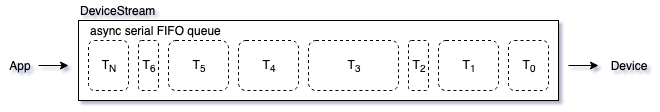
Above: Docs/DeviceStreamQueue.png in astrotuna201/ntf (draw.io), before the change. Source tidied: cells renumbered, new cells last; positions are measured from the earlier drawing's top-left corner, leaving out a move shared by most shapes. Its diagram source:
```xml
<mxGraphModel>
  <root>
    <mxCell id="0" />
    <mxCell id="1" parent="0" />
    <mxCell id="2" style="group;" parent="1" vertex="1">
      <mxGeometry width="648" height="100" as="geometry" />
    </mxCell>
    <mxCell id="3" style="group;" parent="2" vertex="1">
      <mxGeometry width="648" height="100" as="geometry" />
    </mxCell>
    <mxCell id="4" style="group;" parent="3" vertex="1">
      <mxGeometry width="648" height="100" as="geometry" />
    </mxCell>
    <mxCell id="5" value="DeviceStream" style="text;html=1;strokeColor=none;fillColor=none;align=left;verticalAlign=middle;whiteSpace=wrap;rounded=0;" parent="4" vertex="1">
      <mxGeometry x="78" width="80" height="20" as="geometry" />
    </mxCell>
    <mxCell id="6" style="group;" parent="4" vertex="1">
      <mxGeometry x="78" y="20" width="480" height="80" as="geometry" />
    </mxCell>
    <mxCell id="7" style="rounded=0;whiteSpace=wrap;html=1;" parent="6" vertex="1">
      <mxGeometry width="480" height="80" as="geometry" />
    </mxCell>
    <mxCell id="8" value="async serial FIFO queue" style="text;html=1;strokeColor=none;fillColor=none;align=left;verticalAlign=middle;whiteSpace=wrap;rounded=0;" parent="6" vertex="1">
      <mxGeometry x="10" width="140" height="20" as="geometry" />
    </mxCell>
    <mxCell id="9" value="T&lt;sub&gt;0&lt;/sub&gt;" style="text;html=1;strokeColor=#000000;fillColor=none;align=center;verticalAlign=middle;whiteSpace=wrap;rounded=1;dashed=1;" parent="6" vertex="1">
      <mxGeometry x="430" y="20" width="40" height="50" as="geometry" />
    </mxCell>
    <mxCell id="10" value="T&lt;sub&gt;1&lt;/sub&gt;" style="text;html=1;strokeColor=#000000;fillColor=none;align=center;verticalAlign=middle;whiteSpace=wrap;rounded=1;dashed=1;" parent="6" vertex="1">
      <mxGeometry x="360" y="20" width="60" height="50" as="geometry" />
    </mxCell>
    <mxCell id="11" value="T&lt;sub&gt;3&lt;/sub&gt;" style="text;html=1;strokeColor=#000000;fillColor=none;align=center;verticalAlign=middle;whiteSpace=wrap;rounded=1;dashed=1;" parent="6" vertex="1">
      <mxGeometry x="230" y="20" width="90" height="50" as="geometry" />
    </mxCell>
    <mxCell id="12" value="T&lt;sub&gt;2&lt;/sub&gt;" style="text;html=1;strokeColor=#000000;fillColor=none;align=center;verticalAlign=middle;whiteSpace=wrap;rounded=1;dashed=1;" parent="6" vertex="1">
      <mxGeometry x="330" y="20" width="20" height="50" as="geometry" />
    </mxCell>
    <mxCell id="13" value="T&lt;sub&gt;4&lt;/sub&gt;" style="text;html=1;strokeColor=#000000;fillColor=none;align=center;verticalAlign=middle;whiteSpace=wrap;rounded=1;dashed=1;" parent="6" vertex="1">
      <mxGeometry x="160" y="20" width="60" height="50" as="geometry" />
    </mxCell>
    <mxCell id="14" value="T&lt;sub&gt;5&lt;/sub&gt;" style="text;html=1;strokeColor=#000000;fillColor=none;align=center;verticalAlign=middle;whiteSpace=wrap;rounded=1;dashed=1;" parent="6" vertex="1">
      <mxGeometry x="90" y="20" width="60" height="50" as="geometry" />
    </mxCell>
    <mxCell id="15" value="T&lt;sub&gt;6&lt;/sub&gt;" style="text;html=1;strokeColor=#000000;fillColor=none;align=center;verticalAlign=middle;whiteSpace=wrap;rounded=1;dashed=1;" parent="6" vertex="1">
      <mxGeometry x="60" y="20" width="20" height="50" as="geometry" />
    </mxCell>
    <mxCell id="16" value="T&lt;sub&gt;N&lt;/sub&gt;" style="text;html=1;strokeColor=#000000;fillColor=none;align=center;verticalAlign=middle;whiteSpace=wrap;rounded=1;dashed=1;" parent="6" vertex="1">
      <mxGeometry x="10" y="20" width="40" height="50" as="geometry" />
    </mxCell>
    <mxCell id="17" value="App" style="text;html=1;strokeColor=none;fillColor=none;align=center;verticalAlign=middle;whiteSpace=wrap;rounded=0;dashed=1;" parent="4" vertex="1">
      <mxGeometry y="55" width="40" height="20" as="geometry" />
    </mxCell>
    <mxCell id="18" value="Device" style="text;html=1;strokeColor=none;fillColor=none;align=center;verticalAlign=middle;whiteSpace=wrap;rounded=0;dashed=1;" parent="4" vertex="1">
      <mxGeometry x="608" y="55" width="40" height="20" as="geometry" />
    </mxCell>
    <mxCell id="19" style="endArrow=classic;html=1;" parent="4" edge="1">
      <mxGeometry relative="1" as="geometry">
        <mxPoint x="38" y="65" as="sourcePoint" />
        <mxPoint x="68" y="65" as="targetPoint" />
      </mxGeometry>
    </mxCell>
    <mxCell id="20" style="endArrow=classic;html=1;" parent="4" edge="1">
      <mxGeometry relative="1" as="geometry">
        <mxPoint x="568" y="65" as="sourcePoint" />
        <mxPoint x="598" y="65" as="targetPoint" />
      </mxGeometry>
    </mxCell>
  </root>
</mxGraphModel>
```
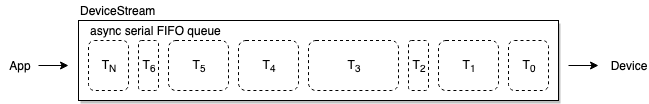
The same diagram one commit later.

What changed in the source:
```diff
@@ -2,19 +2,10 @@
   <root>
     <mxCell id="0" />
     <mxCell id="1" parent="0" />
-    <mxCell id="2" style="group;" parent="1" vertex="1">
-      <mxGeometry width="648" height="100" as="geometry" />
-    </mxCell>
-    <mxCell id="3" style="group;" parent="2" vertex="1">
-      <mxGeometry width="648" height="100" as="geometry" />
-    </mxCell>
-    <mxCell id="4" style="group;" parent="3" vertex="1">
-      <mxGeometry width="648" height="100" as="geometry" />
-    </mxCell>
-    <mxCell id="5" value="DeviceStream" style="text;html=1;strokeColor=none;fillColor=none;align=left;verticalAlign=middle;whiteSpace=wrap;rounded=0;" parent="4" vertex="1">
+    <mxCell id="5" value="DeviceStream" style="text;html=1;strokeColor=none;fillColor=none;align=left;verticalAlign=middle;whiteSpace=wrap;rounded=0;" parent="1" vertex="1">
       <mxGeometry x="78" width="80" height="20" as="geometry" />
     </mxCell>
-    <mxCell id="6" style="group;" parent="4" vertex="1">
+    <mxCell id="6" style="group;shadow=1;fillColor=#ffffff;" parent="1" vertex="1">
       <mxGeometry x="78" y="20" width="480" height="80" as="geometry" />
     </mxCell>
     <mxCell id="7" style="rounded=0;whiteSpace=wrap;html=1;" parent="6" vertex="1">
@@ -47,19 +38,19 @@
     <mxCell id="16" value="T&lt;sub&gt;N&lt;/sub&gt;" style="text;html=1;strokeColor=#000000;fillColor=none;align=center;verticalAlign=middle;whiteSpace=wrap;rounded=1;dashed=1;" parent="6" vertex="1">
       <mxGeometry x="10" y="20" width="40" height="50" as="geometry" />
     </mxCell>
-    <mxCell id="17" value="App" style="text;html=1;strokeColor=none;fillColor=none;align=center;verticalAlign=middle;whiteSpace=wrap;rounded=0;dashed=1;" parent="4" vertex="1">
+    <mxCell id="17" value="App" style="text;html=1;strokeColor=none;fillColor=none;align=center;verticalAlign=middle;whiteSpace=wrap;rounded=0;dashed=1;" parent="1" vertex="1">
       <mxGeometry y="55" width="40" height="20" as="geometry" />
     </mxCell>
-    <mxCell id="18" value="Device" style="text;html=1;strokeColor=none;fillColor=none;align=center;verticalAlign=middle;whiteSpace=wrap;rounded=0;dashed=1;" parent="4" vertex="1">
+    <mxCell id="18" value="Device" style="text;html=1;strokeColor=none;fillColor=none;align=center;verticalAlign=middle;whiteSpace=wrap;rounded=0;dashed=1;" parent="1" vertex="1">
       <mxGeometry x="608" y="55" width="40" height="20" as="geometry" />
     </mxCell>
-    <mxCell id="19" style="endArrow=classic;html=1;" parent="4" edge="1">
+    <mxCell id="19" style="endArrow=classic;html=1;" parent="1" edge="1">
       <mxGeometry relative="1" as="geometry">
         <mxPoint x="38" y="65" as="sourcePoint" />
         <mxPoint x="68" y="65" as="targetPoint" />
       </mxGeometry>
     </mxCell>
-    <mxCell id="20" style="endArrow=classic;html=1;" parent="4" edge="1">
+    <mxCell id="20" style="endArrow=classic;html=1;" parent="1" edge="1">
       <mxGeometry relative="1" as="geometry">
         <mxPoint x="568" y="65" as="sourcePoint" />
         <mxPoint x="598" y="65" as="targetPoint" />
```
